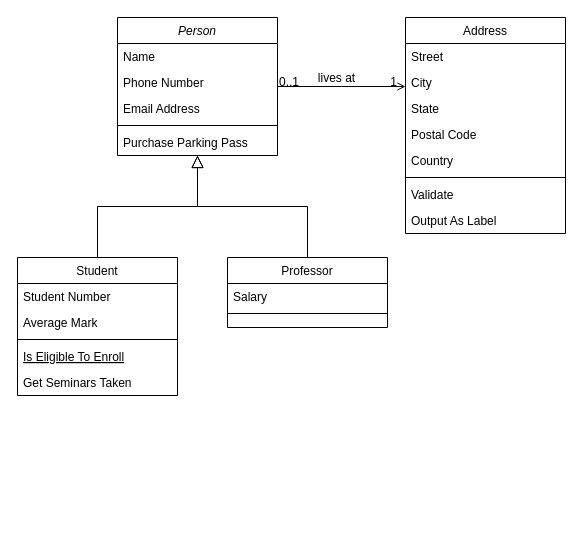
Earlier version of the draw.io diagram Entwurf/Untitled Diagram.drawio (kittyahy/PSEAppGruppe2). Source tidied: cells renumbered, new cells numbered last; positions are measured from the earlier drawing's top-left corner, leaving out a move shared by most shapes. Both pictures are drawn from the tidied source at 100%, with x=0, y=0 at pixel (17, 17).
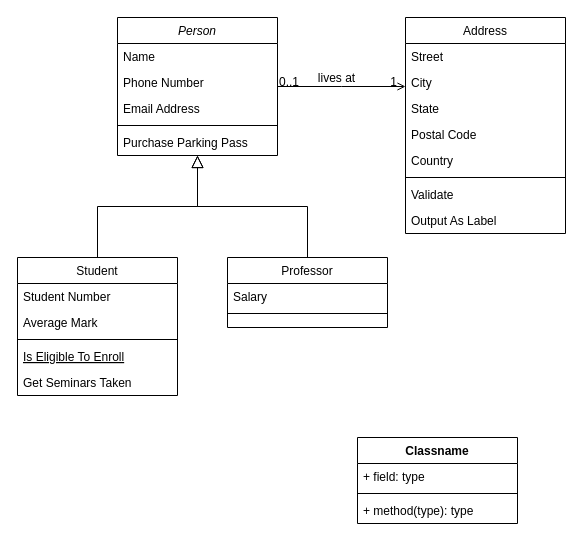
The same diagram, later.

Commit message:
Add another Class Diagram

Diff of the diagram source:
```diff
@@
+    <mxCell id="32" value="Classname" style="swimlane;fontStyle=1;align=center;verticalAlign=top;horizontal=1;startSize=26;" parent="1" vertex="1">
+      <mxGeometry x="340" y="420" width="160" height="86" as="geometry" />
+    </mxCell>
+    <mxCell id="33" value="+ field: type" style="text;strokeColor=none;fillColor=none;align=left;verticalAlign=top;spacingLeft=4;spacingRight=4;overflow=hidden;" parent="32" vertex="1">
+      <mxGeometry y="26" width="160" height="26" as="geometry" />
+    </mxCell>
+    <mxCell id="34" style="line;strokeWidth=1;fillColor=none;align=left;verticalAlign=middle;spacingTop=-1;spacingLeft=3;spacingRight=3;labelPosition=right;" parent="32" vertex="1">
+      <mxGeometry y="52" width="160" height="8" as="geometry" />
+    </mxCell>
+    <mxCell id="35" value="+ method(type): type" style="text;strokeColor=none;fillColor=none;align=left;verticalAlign=top;spacingLeft=4;spacingRight=4;overflow=hidden;" parent="32" vertex="1">
+      <mxGeometry y="60" width="160" height="26" as="geometry" />
+    </mxCell>
```
